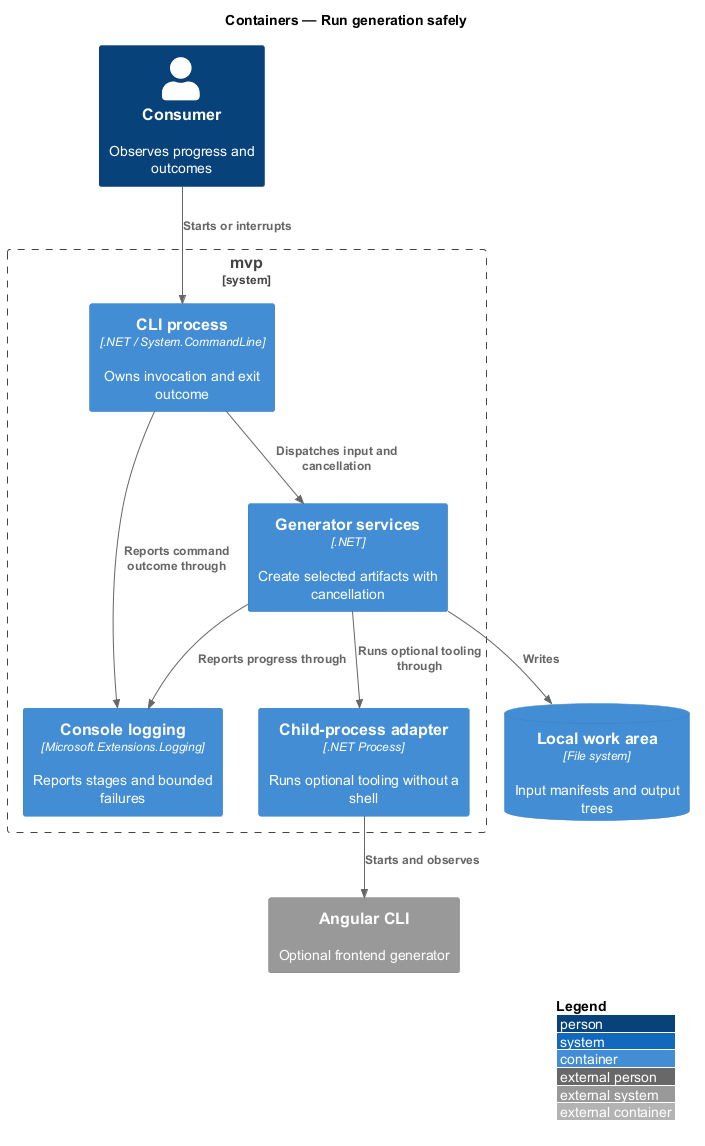
The PlantUML diagram docs/detailed-designs/generation-operations/run-generation-safely/diagrams/c4-container.png in QuinntyneBrown/mvp, before a commit. The source it was exported from:
```plantuml
@startuml
!include <C4/C4_Container>
LAYOUT_WITH_LEGEND()
title Containers — Run generation safely

Person(consumer, "Consumer", "Observes progress and outcomes")
System_Boundary(mvp, "mvp") {
  Container(cli, "CLI process", ".NET / System.CommandLine", "Owns invocation and exit outcome")
  Container(generators, "Generator services", ".NET", "Create selected artifacts with cancellation")
  Container(logging, "Console logging", "Microsoft.Extensions.Logging", "Reports stages and bounded failures")
  Container(process, "Child-process adapter", ".NET Process", "Runs optional tooling without a shell")
}
System_Ext(angular, "Angular CLI", "Optional frontend generator")
ContainerDb(files, "Local work area", "File system", "Input manifests and output trees")

Rel(consumer, cli, "Starts or interrupts")
Rel(cli, generators, "Dispatches input and cancellation")
Rel(cli, logging, "Reports command outcome through")
Rel(generators, logging, "Reports progress through")
Rel(generators, process, "Runs optional tooling through")
Rel(process, angular, "Starts and observes")
Rel(generators, files, "Writes")
@enduml
```
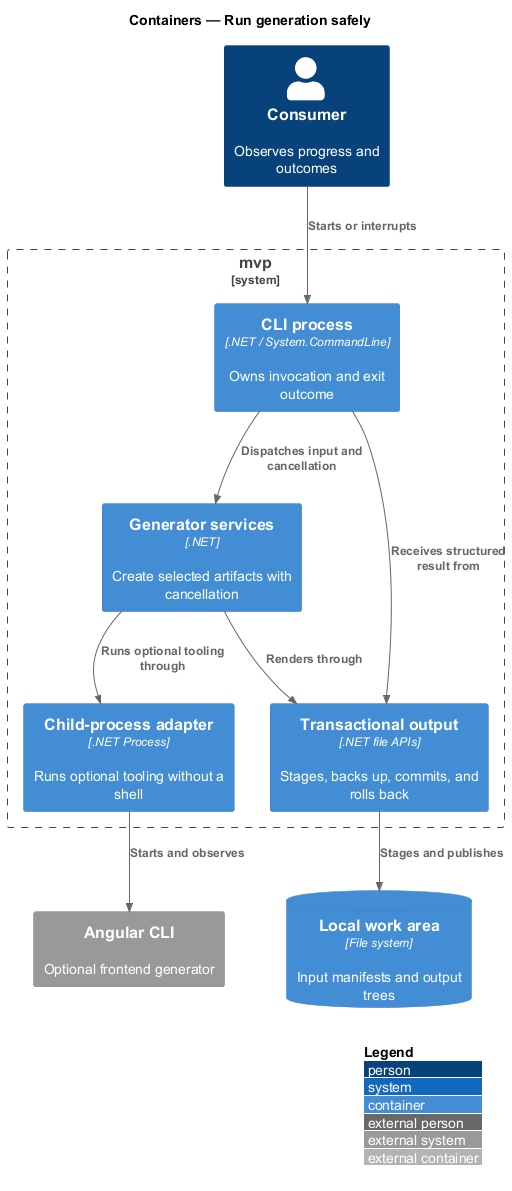
The same diagram one commit later.

What changed in the source:
```diff
@@ -7,7 +7,7 @@
 System_Boundary(mvp, "mvp") {
   Container(cli, "CLI process", ".NET / System.CommandLine", "Owns invocation and exit outcome")
   Container(generators, "Generator services", ".NET", "Create selected artifacts with cancellation")
-  Container(logging, "Console logging", "Microsoft.Extensions.Logging", "Reports stages and bounded failures")
+  Container(output, "Transactional output", ".NET file APIs", "Stages, backs up, commits, and rolls back")
   Container(process, "Child-process adapter", ".NET Process", "Runs optional tooling without a shell")
 }
 System_Ext(angular, "Angular CLI", "Optional frontend generator")
@@ -15,9 +15,9 @@
 
 Rel(consumer, cli, "Starts or interrupts")
 Rel(cli, generators, "Dispatches input and cancellation")
-Rel(cli, logging, "Reports command outcome through")
-Rel(generators, logging, "Reports progress through")
+Rel(cli, output, "Receives structured result from")
 Rel(generators, process, "Runs optional tooling through")
 Rel(process, angular, "Starts and observes")
-Rel(generators, files, "Writes")
+Rel(generators, output, "Renders through")
+Rel(output, files, "Stages and publishes")
 @enduml
```
